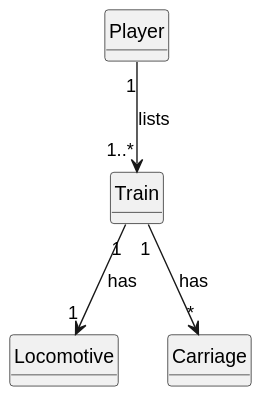
ivasduarte/all-aboard keeps this PlantUML diagram as docs/sprint1/us011/02.analysis/svg/us011-domain-model.svg. Above is the earlier version.
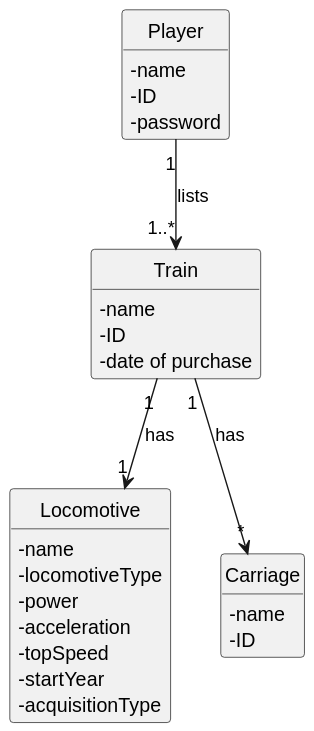
The same file after the commit.

The edit, as a diff of the source:
```diff
@@ -9,18 +9,30 @@
 hide methods
 
 class Player {
+    - name
+    - ID
+    - password
 }
 
 class Train {
-
+    - name
+    - ID
+    - date of purchase
 }
 
 class Locomotive {
-
+    - name
+    - locomotiveType
+    - power
+    - acceleration
+    - topSpeed
+    - startYear
+    - acquisitionType
 }
 
 class Carriage {
-
+    - name
+    - ID
 }
 
 Player "1" --> "1..*" Train : lists
```
